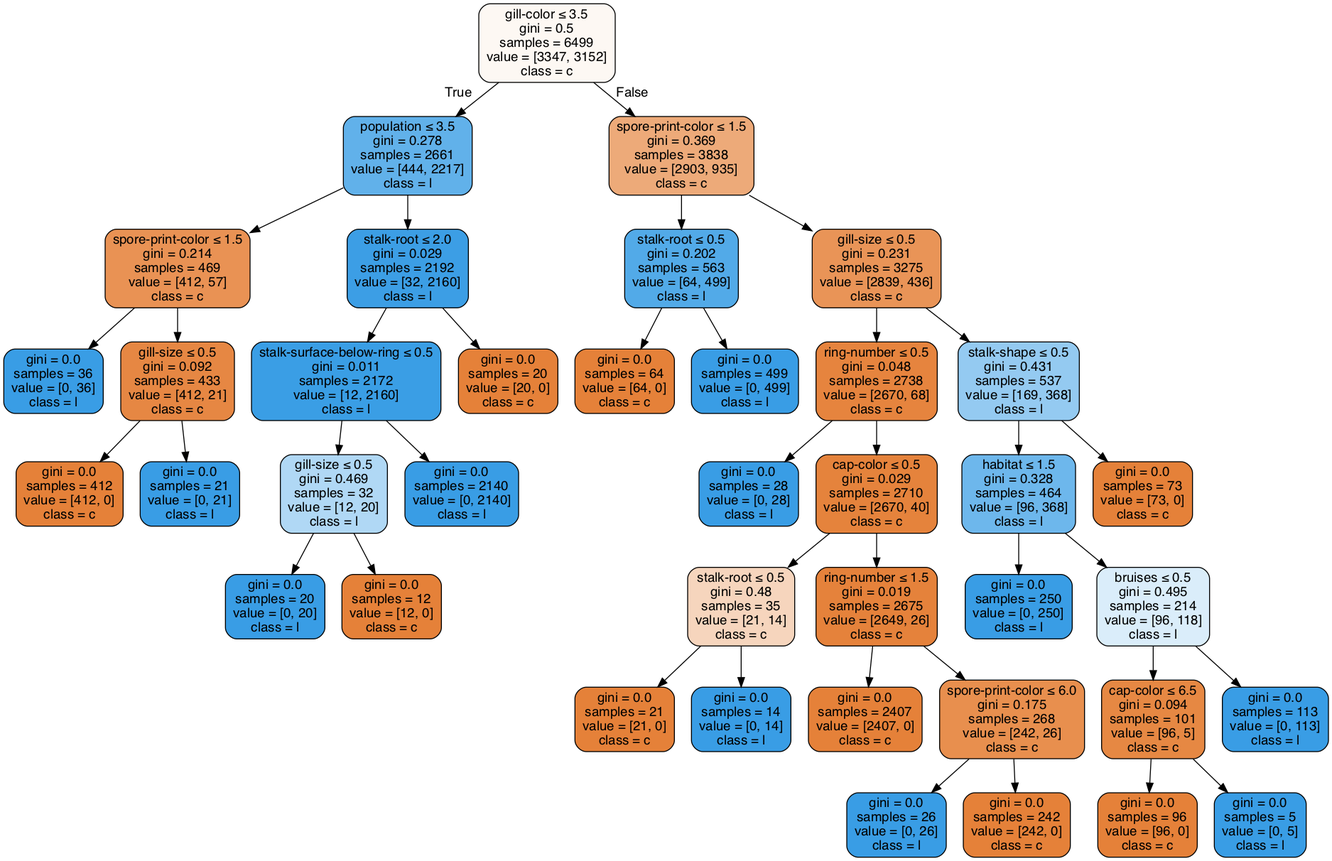
The Graphviz diagram Lab02/clf-max-depth-None.gv.png in anhle199/Intro2AI-HCMUS, before a commit. Its source is kept beside it as Lab02/clf-max-depth-None.gv.
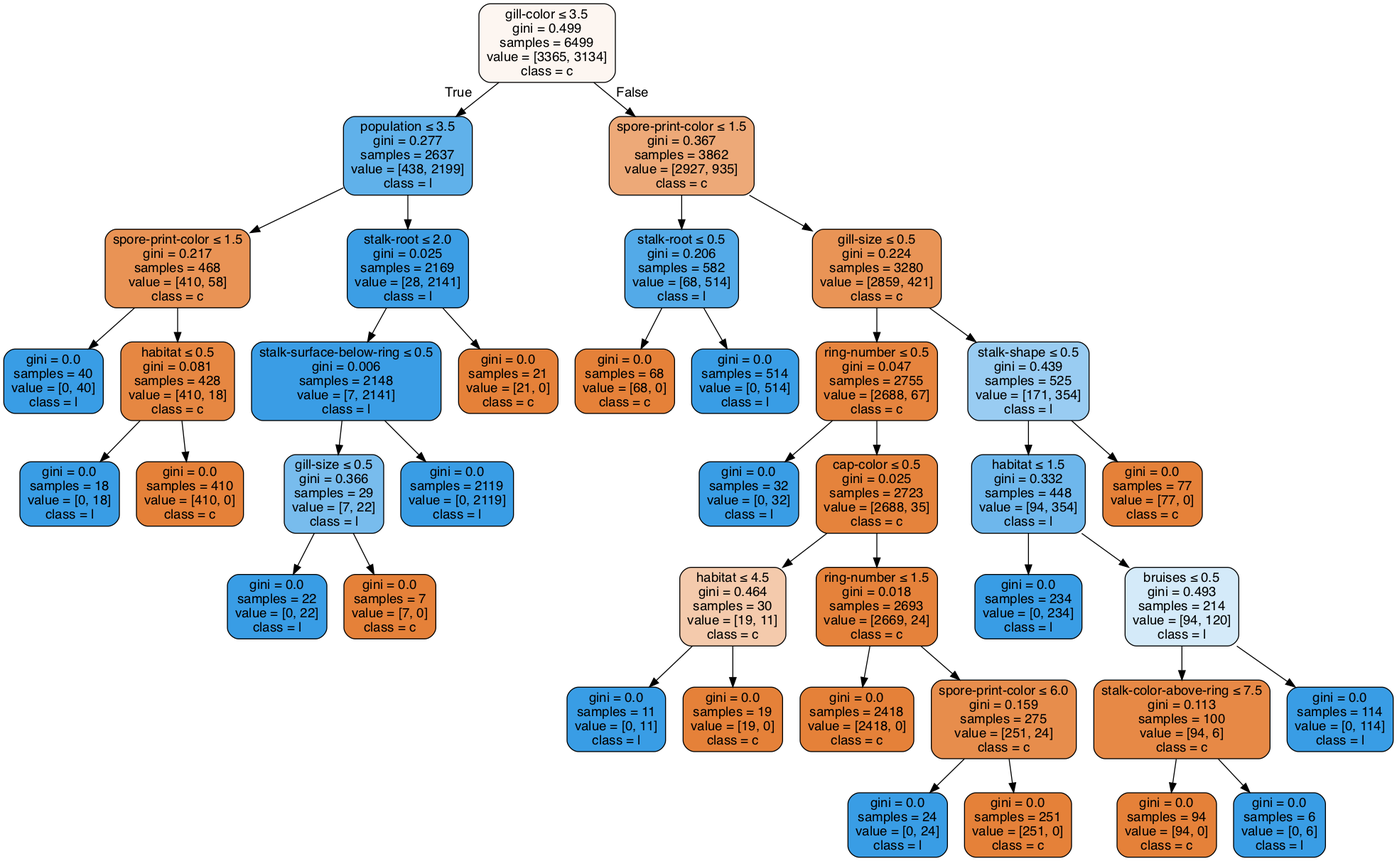
After the change.

Diff of the diagram source:
```diff
@@ -1,81 +1,81 @@
 digraph Tree {
 node [shape=box, style="filled, rounded", color="black", fontname=helvetica] ;
 edge [fontname=helvetica] ;
-0 [label=<gill-color &le; 3.5<br/>gini = 0.5<br/>samples = 6499<br/>value = [3347, 3152]<br/>class = c>, fillcolor="#fdf8f3"] ;
-1 [label=<population &le; 3.5<br/>gini = 0.278<br/>samples = 2661<br/>value = [444, 2217]<br/>class = l>, fillcolor="#61b1ea"] ;
+0 [label=<gill-color &le; 3.5<br/>gini = 0.499<br/>samples = 6499<br/>value = [3365, 3134]<br/>class = c>, fillcolor="#fdf6f1"] ;
+1 [label=<population &le; 3.5<br/>gini = 0.277<br/>samples = 2637<br/>value = [438, 2199]<br/>class = l>, fillcolor="#60b1ea"] ;
 0 -> 1 [labeldistance=2.5, labelangle=45, headlabel="True"] ;
-2 [label=<spore-print-color &le; 1.5<br/>gini = 0.214<br/>samples = 469<br/>value = [412, 57]<br/>class = c>, fillcolor="#e99254"] ;
+2 [label=<spore-print-color &le; 1.5<br/>gini = 0.217<br/>samples = 468<br/>value = [410, 58]<br/>class = c>, fillcolor="#e99355"] ;
 1 -> 2 ;
-3 [label=<gini = 0.0<br/>samples = 36<br/>value = [0, 36]<br/>class = l>, fillcolor="#399de5"] ;
+3 [label=<gini = 0.0<br/>samples = 40<br/>value = [0, 40]<br/>class = l>, fillcolor="#399de5"] ;
 2 -> 3 ;
-4 [label=<gill-size &le; 0.5<br/>gini = 0.092<br/>samples = 433<br/>value = [412, 21]<br/>class = c>, fillcolor="#e68743"] ;
+4 [label=<habitat &le; 0.5<br/>gini = 0.081<br/>samples = 428<br/>value = [410, 18]<br/>class = c>, fillcolor="#e68742"] ;
 2 -> 4 ;
-5 [label=<gini = 0.0<br/>samples = 412<br/>value = [412, 0]<br/>class = c>, fillcolor="#e58139"] ;
+5 [label=<gini = 0.0<br/>samples = 18<br/>value = [0, 18]<br/>class = l>, fillcolor="#399de5"] ;
 4 -> 5 ;
-6 [label=<gini = 0.0<br/>samples = 21<br/>value = [0, 21]<br/>class = l>, fillcolor="#399de5"] ;
+6 [label=<gini = 0.0<br/>samples = 410<br/>value = [410, 0]<br/>class = c>, fillcolor="#e58139"] ;
 4 -> 6 ;
-7 [label=<stalk-root &le; 2.0<br/>gini = 0.029<br/>samples = 2192<br/>value = [32, 2160]<br/>class = l>, fillcolor="#3c9ee5"] ;
+7 [label=<stalk-root &le; 2.0<br/>gini = 0.025<br/>samples = 2169<br/>value = [28, 2141]<br/>class = l>, fillcolor="#3c9ee5"] ;
 1 -> 7 ;
-8 [label=<stalk-surface-below-ring &le; 0.5<br/>gini = 0.011<br/>samples = 2172<br/>value = [12, 2160]<br/>class = l>, fillcolor="#3a9ee5"] ;
+8 [label=<stalk-surface-below-ring &le; 0.5<br/>gini = 0.006<br/>samples = 2148<br/>value = [7, 2141]<br/>class = l>, fillcolor="#3a9de5"] ;
 7 -> 8 ;
-9 [label=<gill-size &le; 0.5<br/>gini = 0.469<br/>samples = 32<br/>value = [12, 20]<br/>class = l>, fillcolor="#b0d8f5"] ;
+9 [label=<gill-size &le; 0.5<br/>gini = 0.366<br/>samples = 29<br/>value = [7, 22]<br/>class = l>, fillcolor="#78bced"] ;
 8 -> 9 ;
-10 [label=<gini = 0.0<br/>samples = 20<br/>value = [0, 20]<br/>class = l>, fillcolor="#399de5"] ;
+10 [label=<gini = 0.0<br/>samples = 22<br/>value = [0, 22]<br/>class = l>, fillcolor="#399de5"] ;
 9 -> 10 ;
-11 [label=<gini = 0.0<br/>samples = 12<br/>value = [12, 0]<br/>class = c>, fillcolor="#e58139"] ;
+11 [label=<gini = 0.0<br/>samples = 7<br/>value = [7, 0]<br/>class = c>, fillcolor="#e58139"] ;
 9 -> 11 ;
-12 [label=<gini = 0.0<br/>samples = 2140<br/>value = [0, 2140]<br/>class = l>, fillcolor="#399de5"] ;
+12 [label=<gini = 0.0<br/>samples = 2119<br/>value = [0, 2119]<br/>class = l>, fillcolor="#399de5"] ;
 8 -> 12 ;
-13 [label=<gini = 0.0<br/>samples = 20<br/>value = [20, 0]<br/>class = c>, fillcolor="#e58139"] ;
+13 [label=<gini = 0.0<br/>samples = 21<br/>value = [21, 0]<br/>class = c>, fillcolor="#e58139"] ;
 7 -> 13 ;
-14 [label=<spore-print-color &le; 1.5<br/>gini = 0.369<br/>samples = 3838<br/>value = [2903, 935]<br/>class = c>, fillcolor="#edaa79"] ;
+14 [label=<spore-print-color &le; 1.5<br/>gini = 0.367<br/>samples = 3862<br/>value = [2927, 935]<br/>class = c>, fillcolor="#eda978"] ;
 0 -> 14 [labeldistance=2.5, labelangle=-45, headlabel="False"] ;
-15 [label=<stalk-root &le; 0.5<br/>gini = 0.202<br/>samples = 563<br/>value = [64, 499]<br/>class = l>, fillcolor="#52aae8"] ;
+15 [label=<stalk-root &le; 0.5<br/>gini = 0.206<br/>samples = 582<br/>value = [68, 514]<br/>class = l>, fillcolor="#53aae8"] ;
 14 -> 15 ;
-16 [label=<gini = 0.0<br/>samples = 64<br/>value = [64, 0]<br/>class = c>, fillcolor="#e58139"] ;
+16 [label=<gini = 0.0<br/>samples = 68<br/>value = [68, 0]<br/>class = c>, fillcolor="#e58139"] ;
 15 -> 16 ;
-17 [label=<gini = 0.0<br/>samples = 499<br/>value = [0, 499]<br/>class = l>, fillcolor="#399de5"] ;
+17 [label=<gini = 0.0<br/>samples = 514<br/>value = [0, 514]<br/>class = l>, fillcolor="#399de5"] ;
 15 -> 17 ;
-18 [label=<gill-size &le; 0.5<br/>gini = 0.231<br/>samples = 3275<br/>value = [2839, 436]<br/>class = c>, fillcolor="#e99457"] ;
+18 [label=<gill-size &le; 0.5<br/>gini = 0.224<br/>samples = 3280<br/>value = [2859, 421]<br/>class = c>, fillcolor="#e99456"] ;
 14 -> 18 ;
-19 [label=<ring-number &le; 0.5<br/>gini = 0.048<br/>samples = 2738<br/>value = [2670, 68]<br/>class = c>, fillcolor="#e6843e"] ;
+19 [label=<ring-number &le; 0.5<br/>gini = 0.047<br/>samples = 2755<br/>value = [2688, 67]<br/>class = c>, fillcolor="#e6843e"] ;
 18 -> 19 ;
-20 [label=<gini = 0.0<br/>samples = 28<br/>value = [0, 28]<br/>class = l>, fillcolor="#399de5"] ;
+20 [label=<gini = 0.0<br/>samples = 32<br/>value = [0, 32]<br/>class = l>, fillcolor="#399de5"] ;
 19 -> 20 ;
-21 [label=<cap-color &le; 0.5<br/>gini = 0.029<br/>samples = 2710<br/>value = [2670, 40]<br/>class = c>, fillcolor="#e5833c"] ;
+21 [label=<cap-color &le; 0.5<br/>gini = 0.025<br/>samples = 2723<br/>value = [2688, 35]<br/>class = c>, fillcolor="#e5833c"] ;
 19 -> 21 ;
-22 [label=<stalk-root &le; 0.5<br/>gini = 0.48<br/>samples = 35<br/>value = [21, 14]<br/>class = c>, fillcolor="#f6d5bd"] ;
+22 [label=<habitat &le; 4.5<br/>gini = 0.464<br/>samples = 30<br/>value = [19, 11]<br/>class = c>, fillcolor="#f4caac"] ;
 21 -> 22 ;
-23 [label=<gini = 0.0<br/>samples = 21<br/>value = [21, 0]<br/>class = c>, fillcolor="#e58139"] ;
+23 [label=<gini = 0.0<br/>samples = 11<br/>value = [0, 11]<br/>class = l>, fillcolor="#399de5"] ;
 22 -> 23 ;
-24 [label=<gini = 0.0<br/>samples = 14<br/>value = [0, 14]<br/>class = l>, fillcolor="#399de5"] ;
+24 [label=<gini = 0.0<br/>samples = 19<br/>value = [19, 0]<br/>class = c>, fillcolor="#e58139"] ;
 22 -> 24 ;
-25 [label=<ring-number &le; 1.5<br/>gini = 0.019<br/>samples = 2675<br/>value = [2649, 26]<br/>class = c>, fillcolor="#e5823b"] ;
+25 [label=<ring-number &le; 1.5<br/>gini = 0.018<br/>samples = 2693<br/>value = [2669, 24]<br/>class = c>, fillcolor="#e5823b"] ;
 21 -> 25 ;
-26 [label=<gini = 0.0<br/>samples = 2407<br/>value = [2407, 0]<br/>class = c>, fillcolor="#e58139"] ;
+26 [label=<gini = 0.0<br/>samples = 2418<br/>value = [2418, 0]<br/>class = c>, fillcolor="#e58139"] ;
 25 -> 26 ;
-27 [label=<spore-print-color &le; 6.0<br/>gini = 0.175<br/>samples = 268<br/>value = [242, 26]<br/>class = c>, fillcolor="#e88f4e"] ;
+27 [label=<spore-print-color &le; 6.0<br/>gini = 0.159<br/>samples = 275<br/>value = [251, 24]<br/>class = c>, fillcolor="#e78d4c"] ;
 25 -> 27 ;
-28 [label=<gini = 0.0<br/>samples = 26<br/>value = [0, 26]<br/>class = l>, fillcolor="#399de5"] ;
+28 [label=<gini = 0.0<br/>samples = 24<br/>value = [0, 24]<br/>class = l>, fillcolor="#399de5"] ;
 27 -> 28 ;
-29 [label=<gini = 0.0<br/>samples = 242<br/>value = [242, 0]<br/>class = c>, fillcolor="#e58139"] ;
+29 [label=<gini = 0.0<br/>samples = 251<br/>value = [251, 0]<br/>class = c>, fillcolor="#e58139"] ;
 27 -> 29 ;
-30 [label=<stalk-shape &le; 0.5<br/>gini = 0.431<br/>samples = 537<br/>value = [169, 368]<br/>class = l>, fillcolor="#94caf1"] ;
+30 [label=<stalk-shape &le; 0.5<br/>gini = 0.439<br/>samples = 525<br/>value = [171, 354]<br/>class = l>, fillcolor="#99ccf2"] ;
 18 -> 30 ;
-31 [label=<habitat &le; 1.5<br/>gini = 0.328<br/>samples = 464<br/>value = [96, 368]<br/>class = l>, fillcolor="#6db7ec"] ;
+31 [label=<habitat &le; 1.5<br/>gini = 0.332<br/>samples = 448<br/>value = [94, 354]<br/>class = l>, fillcolor="#6eb7ec"] ;
 30 -> 31 ;
-32 [label=<gini = 0.0<br/>samples = 250<br/>value = [0, 250]<br/>class = l>, fillcolor="#399de5"] ;
+32 [label=<gini = 0.0<br/>samples = 234<br/>value = [0, 234]<br/>class = l>, fillcolor="#399de5"] ;
 31 -> 32 ;
-33 [label=<bruises &le; 0.5<br/>gini = 0.495<br/>samples = 214<br/>value = [96, 118]<br/>class = l>, fillcolor="#daedfa"] ;
+33 [label=<bruises &le; 0.5<br/>gini = 0.493<br/>samples = 214<br/>value = [94, 120]<br/>class = l>, fillcolor="#d4eaf9"] ;
 31 -> 33 ;
-34 [label=<cap-color &le; 6.5<br/>gini = 0.094<br/>samples = 101<br/>value = [96, 5]<br/>class = c>, fillcolor="#e68843"] ;
+34 [label=<stalk-color-above-ring &le; 7.5<br/>gini = 0.113<br/>samples = 100<br/>value = [94, 6]<br/>class = c>, fillcolor="#e78946"] ;
 33 -> 34 ;
-35 [label=<gini = 0.0<br/>samples = 96<br/>value = [96, 0]<br/>class = c>, fillcolor="#e58139"] ;
+35 [label=<gini = 0.0<br/>samples = 94<br/>value = [94, 0]<br/>class = c>, fillcolor="#e58139"] ;
 34 -> 35 ;
-36 [label=<gini = 0.0<br/>samples = 5<br/>value = [0, 5]<br/>class = l>, fillcolor="#399de5"] ;
+36 [label=<gini = 0.0<br/>samples = 6<br/>value = [0, 6]<br/>class = l>, fillcolor="#399de5"] ;
 34 -> 36 ;
-37 [label=<gini = 0.0<br/>samples = 113<br/>value = [0, 113]<br/>class = l>, fillcolor="#399de5"] ;
+37 [label=<gini = 0.0<br/>samples = 114<br/>value = [0, 114]<br/>class = l>, fillcolor="#399de5"] ;
 33 -> 37 ;
-38 [label=<gini = 0.0<br/>samples = 73<br/>value = [73, 0]<br/>class = c>, fillcolor="#e58139"] ;
+38 [label=<gini = 0.0<br/>samples = 77<br/>value = [77, 0]<br/>class = c>, fillcolor="#e58139"] ;
 30 -> 38 ;
 }
```
